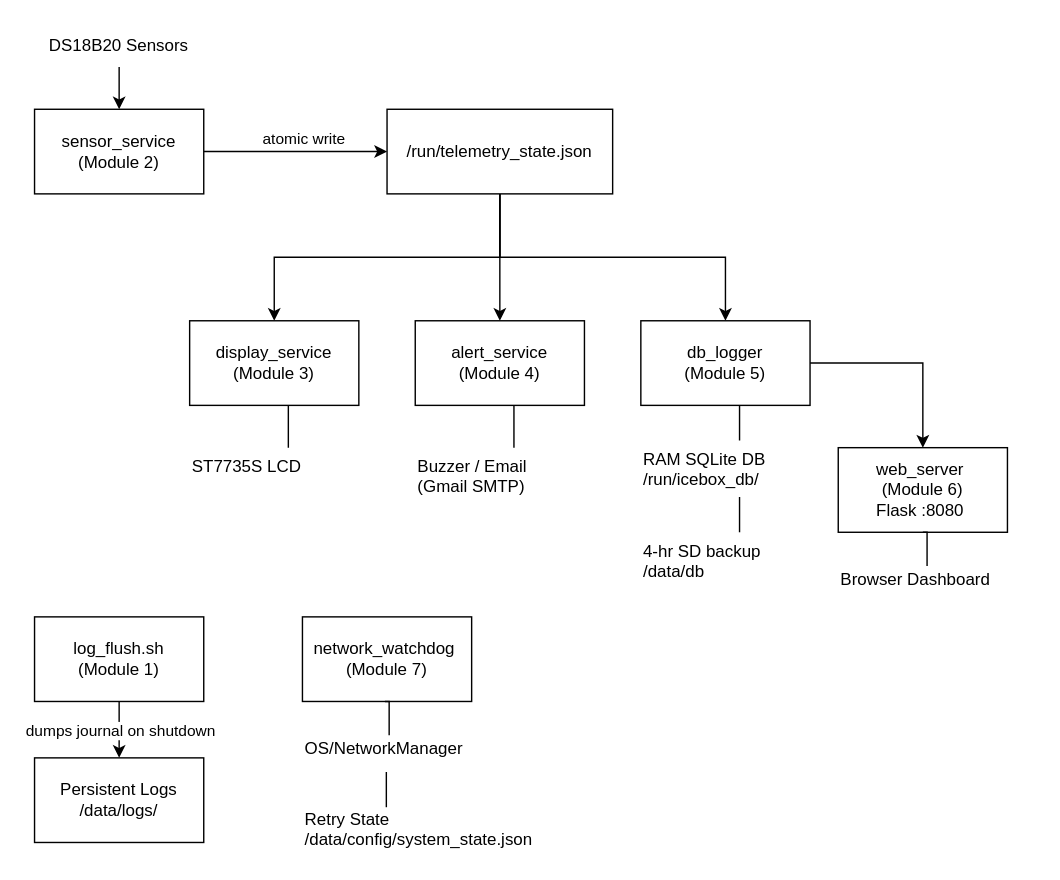
This is page "Overview" (1 of 2) of docs/architecture.drawio from crakerjac/IceboxHero, a draw.io file, before an edit. Source tidied: cells renumbered, new cells numbered last; positions are measured from the earlier drawing's top-left corner, leaving out a move shared by most shapes. Both pictures are drawn from the tidied source at 141%, with x=0, y=0 at pixel (34, 24).
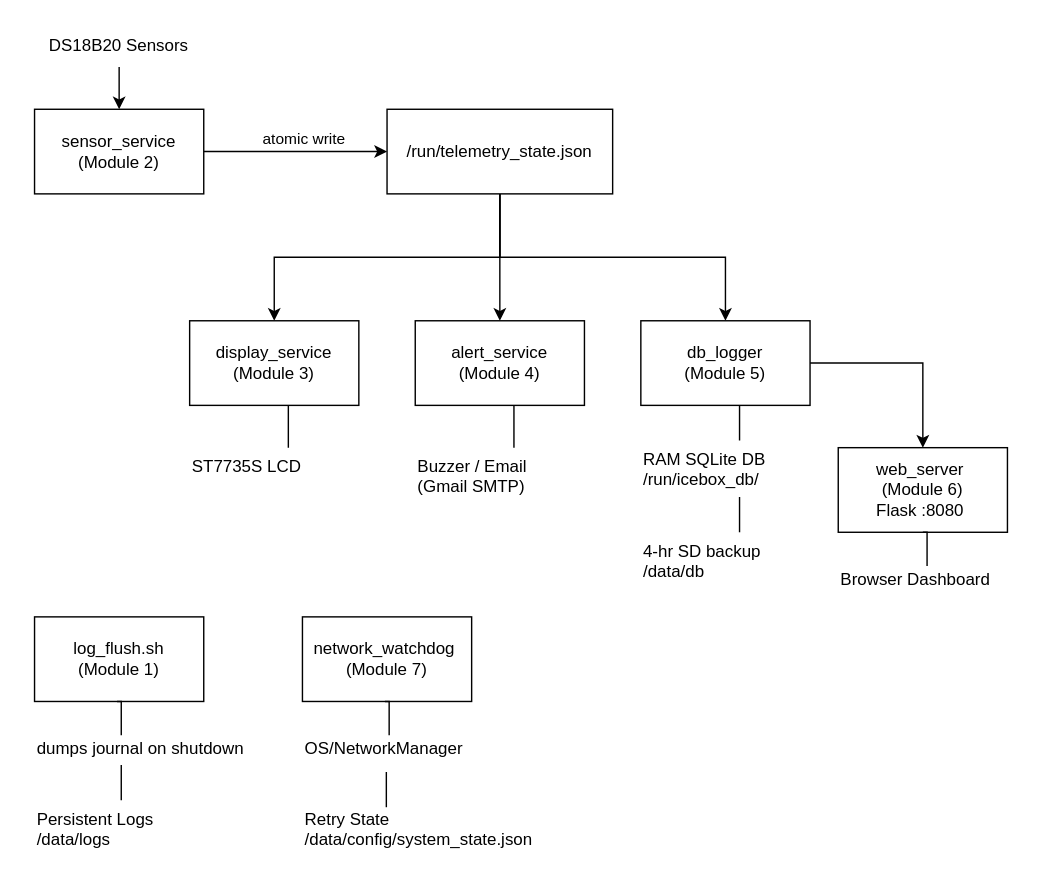
After the change.

Unchanged cells that the change refers to:
```xml
<mxCell id="31" value="log_flush.sh&lt;br&gt;(Module 1)" style="rounded=0;whiteSpace=wrap;html=1;" parent="1" vertex="1">
  <mxGeometry y="420" width="120" height="60" as="geometry" />
</mxCell>
```

What changed in the source:
```diff
@@
-    <mxCell id="32" value="Persistent Logs&lt;br&gt;/data/logs/" style="rounded=0;whiteSpace=wrap;html=1;" parent="1" vertex="1">
-      <mxGeometry y="520" width="120" height="60" as="geometry" />
-    </mxCell>
-    <mxCell id="33" style="edgeStyle=orthogonalEdgeStyle;rounded=0;jettySize=auto;html=1;" parent="1" edge="1" source="31" target="32">
-      <mxGeometry relative="1" as="geometry" />
-    </mxCell>
-    <mxCell id="34" value="dumps journal on shutdown" style="edgeLabel;html=1;align=center;verticalAlign=middle;" parent="33" vertex="1">
-      <mxGeometry relative="1" as="geometry" />
+    <mxCell id="34" value="dumps journal on shutdown" style="text;html=1;whiteSpace=wrap;strokeColor=none;fillColor=none;align=left;verticalAlign=top;rounded=0;" parent="1" vertex="1">
+      <mxGeometry y="500" width="150" height="40" as="geometry" />
     </mxCell>
+    <mxCell id="35" value="Persistent Logs&lt;br&gt;/data/logs" style="text;html=1;whiteSpace=wrap;strokeColor=none;fillColor=none;align=left;verticalAlign=top;rounded=0;" parent="1" vertex="1">
+      <mxGeometry y="550" width="140" height="40" as="geometry" />
+    </mxCell>
+    <mxCell id="36" style="edgeStyle=orthogonalEdgeStyle;rounded=0;orthogonalLoop=1;jettySize=auto;html=1;exitX=0.5;exitY=1;exitDx=0;exitDy=0;entryX=0.45;entryY=0.1;entryDx=0;entryDy=0;entryPerimeter=0;endArrow=none;endFill=0;" parent="1" edge="1">
+      <mxGeometry relative="1" as="geometry">
+        <mxPoint x="58.5" y="480" as="sourcePoint" />
+        <mxPoint x="61.5" y="504" as="targetPoint" />
+      </mxGeometry>
+    </mxCell>
+    <mxCell id="37" style="edgeStyle=orthogonalEdgeStyle;rounded=0;orthogonalLoop=1;jettySize=auto;html=1;exitX=0.5;exitY=1;exitDx=0;exitDy=0;entryX=0.5;entryY=0;entryDx=0;entryDy=0;endArrow=none;endFill=0;" parent="1" edge="1">
+      <mxGeometry relative="1" as="geometry">
+        <mxPoint x="61.5" y="525" as="sourcePoint" />
+        <mxPoint x="61.5" y="550" as="targetPoint" />
+      </mxGeometry>
+    </mxCell>
```
